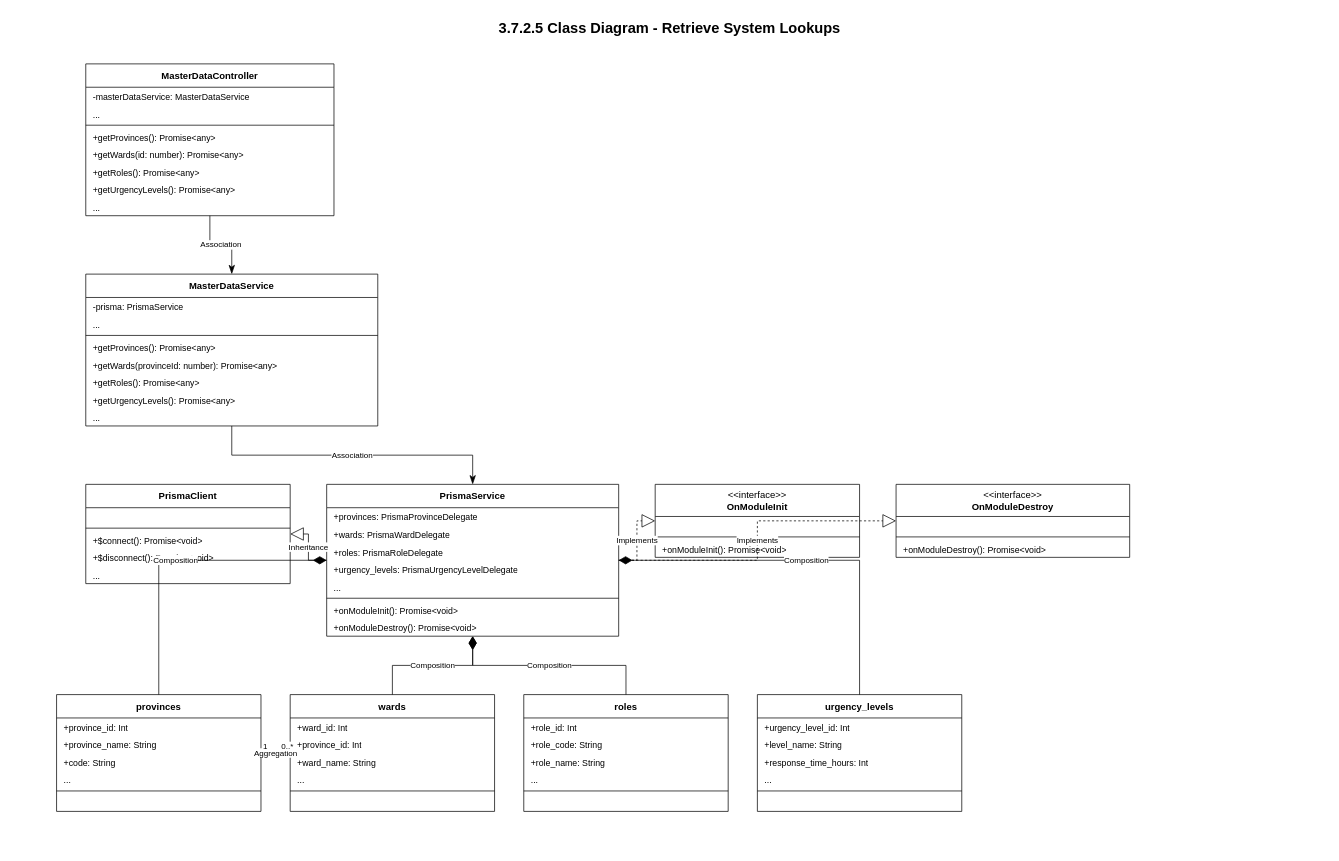
Before: page "Retrieve System Lookups" (6 of 6) of master_data_all_class_diagrams.drawio in CuongBC195/class-diagram-donation-blood, a draw.io diagram. Source tidied: cells renumbered, new cells numbered last; positions are measured from the earlier drawing's top-left corner, leaving out a move shared by most shapes. Both pictures are drawn from the tidied source at 73%, with x=0, y=0 at pixel (12, 12).
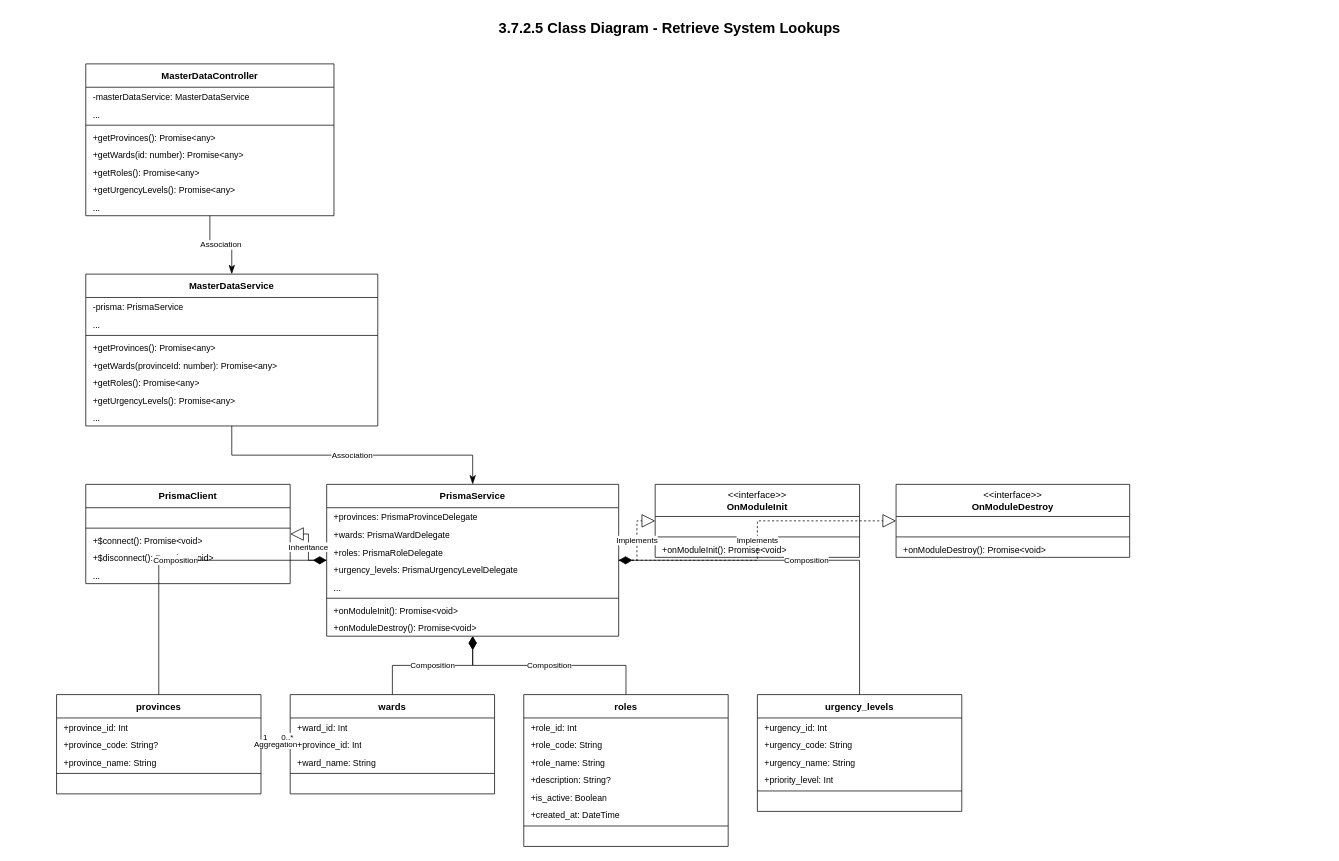
The same diagram, later.

Commit message (it also covers changes not shown here):
fix(master-data): align class diagrams with code and prisma schema (6 tabs)

Unchanged cells that the change refers to:
```xml
<mxCell id="65" value="&lt;b&gt;urgency_levels&lt;/b&gt;" style="swimlane;fontStyle=0;horizontal=1;startSize=32;whiteSpace=wrap;html=1;fillColor=#ffffff;strokeColor=#000000;swimlaneFillColor=#ffffff;fontColor=#000000;fontFamily=Arial;fontSize=13;" parent="1" vertex="1">
  <mxGeometry x="1020" y="934" width="280" height="160" as="geometry" />
</mxCell>
```

Change to the diagram source:
```diff
@@
     <mxCell id="44" value="&lt;b&gt;provinces&lt;/b&gt;" style="swimlane;fontStyle=0;horizontal=1;startSize=32;whiteSpace=wrap;html=1;fillColor=#ffffff;strokeColor=#000000;swimlaneFillColor=#ffffff;fontColor=#000000;fontFamily=Arial;fontSize=13;" parent="1" vertex="1">
-      <mxGeometry x="60" y="934" width="280" height="160" as="geometry" />
+      <mxGeometry x="60" y="934" width="280" height="136" as="geometry" />
     </mxCell>
@@
-    <mxCell id="46" value="+province_name: String" style="text;strokeColor=none;fillColor=none;align=left;verticalAlign=top;spacingLeft=8;spacingRight=8;overflow=hidden;whiteSpace=wrap;html=1;fontFamily=Arial;fontSize=12;fontColor=#000000;" parent="44" vertex="1">
+    <mxCell id="46" value="+province_code: String?" style="text;strokeColor=none;fillColor=none;align=left;verticalAlign=top;spacingLeft=8;spacingRight=8;overflow=hidden;whiteSpace=wrap;html=1;fontFamily=Arial;fontSize=12;fontColor=#000000;" parent="44" vertex="1">
       <mxGeometry y="56" width="280" height="24" as="geometry" />
     </mxCell>
-    <mxCell id="47" value="+code: String" style="text;strokeColor=none;fillColor=none;align=left;verticalAlign=top;spacingLeft=8;spacingRight=8;overflow=hidden;whiteSpace=wrap;html=1;fontFamily=Arial;fontSize=12;fontColor=#000000;" parent="44" vertex="1">
+    <mxCell id="47" value="+province_name: String" style="text;strokeColor=none;fillColor=none;align=left;verticalAlign=top;spacingLeft=8;spacingRight=8;overflow=hidden;whiteSpace=wrap;html=1;fontFamily=Arial;fontSize=12;fontColor=#000000;" parent="44" vertex="1">
       <mxGeometry y="80" width="280" height="24" as="geometry" />
     </mxCell>
-    <mxCell id="48" value="..." style="text;strokeColor=none;fillColor=none;align=left;verticalAlign=top;spacingLeft=8;spacingRight=8;overflow=hidden;whiteSpace=wrap;html=1;fontFamily=Arial;fontSize=12;fontColor=#000000;" parent="44" vertex="1">
-      <mxGeometry y="104" width="280" height="24" as="geometry" />
-    </mxCell>
     <mxCell id="49" style="line;strokeWidth=1;fillColor=none;strokeColor=#000000;align=left;verticalAlign=middle;" parent="44" vertex="1">
-      <mxGeometry y="128" width="280" height="8" as="geometry" />
+      <mxGeometry y="104" width="280" height="8" as="geometry" />
     </mxCell>
     <mxCell id="50" value=" " style="text;strokeColor=none;fillColor=none;align=left;verticalAlign=top;spacingLeft=8;spacingRight=8;overflow=hidden;whiteSpace=wrap;html=1;fontFamily=Arial;fontSize=12;fontColor=#000000;" parent="44" vertex="1">
-      <mxGeometry y="136" width="280" height="24" as="geometry" />
+      <mxGeometry y="112" width="280" height="24" as="geometry" />
     </mxCell>
     <mxCell id="51" value="&lt;b&gt;wards&lt;/b&gt;" style="swimlane;fontStyle=0;horizontal=1;startSize=32;whiteSpace=wrap;html=1;fillColor=#ffffff;strokeColor=#000000;swimlaneFillColor=#ffffff;fontColor=#000000;fontFamily=Arial;fontSize=13;" parent="1" vertex="1">
-      <mxGeometry x="380" y="934" width="280" height="160" as="geometry" />
+      <mxGeometry x="380" y="934" width="280" height="136" as="geometry" />
     </mxCell>
@@
-    <mxCell id="55" value="..." style="text;strokeColor=none;fillColor=none;align=left;verticalAlign=top;spacingLeft=8;spacingRight=8;overflow=hidden;whiteSpace=wrap;html=1;fontFamily=Arial;fontSize=12;fontColor=#000000;" parent="51" vertex="1">
-      <mxGeometry y="104" width="280" height="24" as="geometry" />
-    </mxCell>
     <mxCell id="56" style="line;strokeWidth=1;fillColor=none;strokeColor=#000000;align=left;verticalAlign=middle;" parent="51" vertex="1">
-      <mxGeometry y="128" width="280" height="8" as="geometry" />
+      <mxGeometry y="104" width="280" height="8" as="geometry" />
     </mxCell>
     <mxCell id="57" value=" " style="text;strokeColor=none;fillColor=none;align=left;verticalAlign=top;spacingLeft=8;spacingRight=8;overflow=hidden;whiteSpace=wrap;html=1;fontFamily=Arial;fontSize=12;fontColor=#000000;" parent="51" vertex="1">
-      <mxGeometry y="136" width="280" height="24" as="geometry" />
+      <mxGeometry y="112" width="280" height="24" as="geometry" />
     </mxCell>
     <mxCell id="58" value="&lt;b&gt;roles&lt;/b&gt;" style="swimlane;fontStyle=0;horizontal=1;startSize=32;whiteSpace=wrap;html=1;fillColor=#ffffff;strokeColor=#000000;swimlaneFillColor=#ffffff;fontColor=#000000;fontFamily=Arial;fontSize=13;" parent="1" vertex="1">
-      <mxGeometry x="700" y="934" width="280" height="160" as="geometry" />
+      <mxGeometry x="700" y="934" width="280" height="208" as="geometry" />
     </mxCell>
@@
-    <mxCell id="62" value="..." style="text;strokeColor=none;fillColor=none;align=left;verticalAlign=top;spacingLeft=8;spacingRight=8;overflow=hidden;whiteSpace=wrap;html=1;fontFamily=Arial;fontSize=12;fontColor=#000000;" parent="58" vertex="1">
+    <mxCell id="62" value="+description: String?" style="text;strokeColor=none;fillColor=none;align=left;verticalAlign=top;spacingLeft=8;spacingRight=8;overflow=hidden;whiteSpace=wrap;html=1;fontFamily=Arial;fontSize=12;fontColor=#000000;" parent="58" vertex="1">
       <mxGeometry y="104" width="280" height="24" as="geometry" />
     </mxCell>
+    <mxCell id="84" value="+is_active: Boolean" style="text;strokeColor=none;fillColor=none;align=left;verticalAlign=top;spacingLeft=8;spacingRight=8;overflow=hidden;whiteSpace=wrap;html=1;fontFamily=Arial;fontSize=12;fontColor=#000000;" parent="58" vertex="1">
+      <mxGeometry y="128" width="280" height="24" as="geometry" />
+    </mxCell>
+    <mxCell id="85" value="+created_at: DateTime" style="text;strokeColor=none;fillColor=none;align=left;verticalAlign=top;spacingLeft=8;spacingRight=8;overflow=hidden;whiteSpace=wrap;html=1;fontFamily=Arial;fontSize=12;fontColor=#000000;" parent="58" vertex="1">
+      <mxGeometry y="152" width="280" height="24" as="geometry" />
+    </mxCell>
     <mxCell id="63" style="line;strokeWidth=1;fillColor=none;strokeColor=#000000;align=left;verticalAlign=middle;" parent="58" vertex="1">
-      <mxGeometry y="128" width="280" height="8" as="geometry" />
+      <mxGeometry y="176" width="280" height="8" as="geometry" />
     </mxCell>
     <mxCell id="64" value=" " style="text;strokeColor=none;fillColor=none;align=left;verticalAlign=top;spacingLeft=8;spacingRight=8;overflow=hidden;whiteSpace=wrap;html=1;fontFamily=Arial;fontSize=12;fontColor=#000000;" parent="58" vertex="1">
-      <mxGeometry y="136" width="280" height="24" as="geometry" />
+      <mxGeometry y="184" width="280" height="24" as="geometry" />
     </mxCell>
@@
-    <mxCell id="66" value="+urgency_level_id: Int" style="text;strokeColor=none;fillColor=none;align=left;verticalAlign=top;spacingLeft=8;spacingRight=8;overflow=hidden;whiteSpace=wrap;html=1;fontFamily=Arial;fontSize=12;fontColor=#000000;" parent="65" vertex="1">
+    <mxCell id="66" value="+urgency_id: Int" style="text;strokeColor=none;fillColor=none;align=left;verticalAlign=top;spacingLeft=8;spacingRight=8;overflow=hidden;whiteSpace=wrap;html=1;fontFamily=Arial;fontSize=12;fontColor=#000000;" parent="65" vertex="1">
       <mxGeometry y="32" width="280" height="24" as="geometry" />
     </mxCell>
-    <mxCell id="67" value="+level_name: String" style="text;strokeColor=none;fillColor=none;align=left;verticalAlign=top;spacingLeft=8;spacingRight=8;overflow=hidden;whiteSpace=wrap;html=1;fontFamily=Arial;fontSize=12;fontColor=#000000;" parent="65" vertex="1">
+    <mxCell id="67" value="+urgency_code: String" style="text;strokeColor=none;fillColor=none;align=left;verticalAlign=top;spacingLeft=8;spacingRight=8;overflow=hidden;whiteSpace=wrap;html=1;fontFamily=Arial;fontSize=12;fontColor=#000000;" parent="65" vertex="1">
       <mxGeometry y="56" width="280" height="24" as="geometry" />
     </mxCell>
-    <mxCell id="68" value="+response_time_hours: Int" style="text;strokeColor=none;fillColor=none;align=left;verticalAlign=top;spacingLeft=8;spacingRight=8;overflow=hidden;whiteSpace=wrap;html=1;fontFamily=Arial;fontSize=12;fontColor=#000000;" parent="65" vertex="1">
+    <mxCell id="68" value="+urgency_name: String" style="text;strokeColor=none;fillColor=none;align=left;verticalAlign=top;spacingLeft=8;spacingRight=8;overflow=hidden;whiteSpace=wrap;html=1;fontFamily=Arial;fontSize=12;fontColor=#000000;" parent="65" vertex="1">
       <mxGeometry y="80" width="280" height="24" as="geometry" />
     </mxCell>
-    <mxCell id="69" value="..." style="text;strokeColor=none;fillColor=none;align=left;verticalAlign=top;spacingLeft=8;spacingRight=8;overflow=hidden;whiteSpace=wrap;html=1;fontFamily=Arial;fontSize=12;fontColor=#000000;" parent="65" vertex="1">
+    <mxCell id="69" value="+priority_level: Int" style="text;strokeColor=none;fillColor=none;align=left;verticalAlign=top;spacingLeft=8;spacingRight=8;overflow=hidden;whiteSpace=wrap;html=1;fontFamily=Arial;fontSize=12;fontColor=#000000;" parent="65" vertex="1">
       <mxGeometry y="104" width="280" height="24" as="geometry" />
     </mxCell>
```
